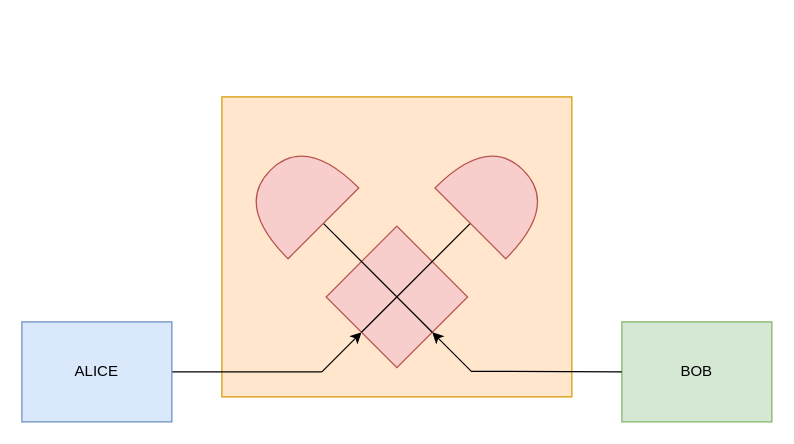
Before: coherent-light-based-mdi.drawio in javijnb/LPRO_diagrams, a draw.io diagram. Source tidied: cells renumbered, new cells numbered last; positions are measured from the earlier drawing's top-left corner, leaving out a move shared by most shapes. Both pictures are drawn from the tidied source at 125%, with x=0, y=0 at pixel (21, 96).
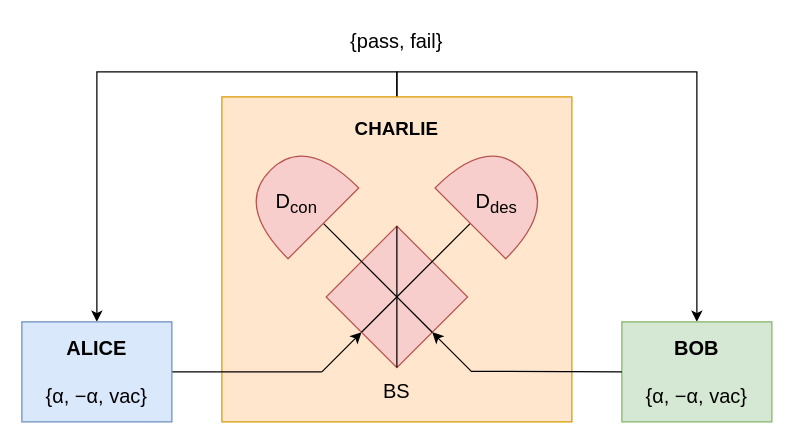
After the change.

Unchanged cells that the change refers to:
```xml
<mxCell id="4" style="whiteSpace=wrap;html=1;rotation=-45;fillColor=#f8cecc;strokeColor=#b85450;" parent="1" vertex="1">
  <mxGeometry x="260" y="120" width="80" height="80" as="geometry" />
</mxCell>
```

Change to the diagram source:
```diff
@@
+    <mxCell id="14" style="edgeStyle=orthogonalEdgeStyle;rounded=0;jettySize=auto;html=1;exitX=0.5;exitY=0;exitDx=0;exitDy=0;entryX=0.5;entryY=0;entryDx=0;entryDy=0;" parent="1" edge="1" source="2" target="6">
+      <mxGeometry relative="1" as="geometry" />
+    </mxCell>
+    <mxCell id="15" style="edgeStyle=orthogonalEdgeStyle;rounded=0;jettySize=auto;html=1;exitX=0.5;exitY=0;exitDx=0;exitDy=0;entryX=0.5;entryY=0;entryDx=0;entryDy=0;" parent="1" edge="1" source="2" target="7">
+      <mxGeometry relative="1" as="geometry" />
+    </mxCell>
     <mxCell id="2" style="rounded=0;whiteSpace=wrap;html=1;fillColor=#ffe6cc;strokeColor=#d79b00;" parent="1" vertex="1">
-      <mxGeometry x="160" width="280" height="240" as="geometry" />
+      <mxGeometry x="160" width="280" height="260" as="geometry" />
     </mxCell>
@@
-    <mxCell id="6" value="ALICE" style="rounded=0;whiteSpace=wrap;html=1;fillColor=#dae8fc;strokeColor=#6c8ebf;" parent="1" vertex="1">
+    <mxCell id="6" value="&lt;font style=&quot;font-size: 16px;&quot;&gt;&lt;b&gt;ALICE&lt;/b&gt;&lt;/font&gt;&lt;div style=&quot;font-size: 16px;&quot;&gt;&lt;font style=&quot;font-size: 16px;&quot;&gt;&lt;br&gt;&lt;/font&gt;&lt;/div&gt;&lt;div style=&quot;font-size: 16px;&quot;&gt;&lt;font style=&quot;font-size: 16px;&quot;&gt;{α, −α, vac}&lt;/font&gt;&lt;br&gt;&lt;/div&gt;" style="rounded=0;whiteSpace=wrap;html=1;fillColor=#dae8fc;strokeColor=#6c8ebf;" parent="1" vertex="1">
       <mxGeometry y="180" width="120" height="80" as="geometry" />
     </mxCell>
-    <mxCell id="7" value="BOB" style="rounded=0;whiteSpace=wrap;html=1;fillColor=#d5e8d4;strokeColor=#82b366;" parent="1" vertex="1">
+    <mxCell id="7" value="&lt;font style=&quot;font-size: 16px;&quot;&gt;&lt;b&gt;BOB&lt;/b&gt;&lt;/font&gt;&lt;div style=&quot;font-size: 16px;&quot;&gt;&lt;font style=&quot;font-size: 16px;&quot;&gt;&lt;br&gt;&lt;/font&gt;&lt;/div&gt;&lt;div style=&quot;font-size: 16px;&quot;&gt;&lt;font style=&quot;font-size: 16px;&quot;&gt;{α, −α, vac}&lt;/font&gt;&lt;br&gt;&lt;/div&gt;" style="rounded=0;whiteSpace=wrap;html=1;fillColor=#d5e8d4;strokeColor=#82b366;" parent="1" vertex="1">
       <mxGeometry x="480" y="180" width="120" height="80" as="geometry" />
     </mxCell>
@@
+    <mxCell id="16" value="&lt;b&gt;&lt;font style=&quot;font-size: 15px;&quot;&gt;CHARLIE&lt;/font&gt;&lt;/b&gt;" style="text;html=1;align=center;verticalAlign=middle;whiteSpace=wrap;rounded=0;" parent="1" vertex="1">
+      <mxGeometry x="270" y="10" width="60" height="30" as="geometry" />
+    </mxCell>
+    <mxCell id="17" value="&lt;font style=&quot;font-size: 16px;&quot;&gt;BS&lt;/font&gt;" style="text;html=1;align=center;verticalAlign=middle;whiteSpace=wrap;rounded=0;" parent="1" vertex="1">
+      <mxGeometry x="270" y="220" width="60" height="30" as="geometry" />
+    </mxCell>
+    <mxCell id="18" value="&lt;font style=&quot;font-size: 16px;&quot;&gt;D&lt;sub&gt;con&lt;/sub&gt;&lt;/font&gt;" style="text;html=1;align=center;verticalAlign=middle;whiteSpace=wrap;rounded=0;" parent="1" vertex="1">
+      <mxGeometry x="190" y="70" width="60" height="30" as="geometry" />
+    </mxCell>
+    <mxCell id="19" value="&lt;font style=&quot;font-size: 16px;&quot;&gt;D&lt;sub&gt;des&lt;/sub&gt;&lt;/font&gt;" style="text;html=1;align=center;verticalAlign=middle;whiteSpace=wrap;rounded=0;" parent="1" vertex="1">
+      <mxGeometry x="350" y="70" width="60" height="30" as="geometry" />
+    </mxCell>
+    <mxCell id="20" value="&lt;font style=&quot;font-size: 16px;&quot;&gt;{pass, fail}&lt;/font&gt;" style="text;html=1;align=center;verticalAlign=middle;whiteSpace=wrap;rounded=0;" parent="1" vertex="1">
+      <mxGeometry x="250" y="-60" width="100" height="30" as="geometry" />
+    </mxCell>
+    <mxCell id="21" style="rounded=0;orthogonalLoop=1;jettySize=auto;html=1;exitX=1;exitY=0;exitDx=0;exitDy=0;entryX=0;entryY=1;entryDx=0;entryDy=0;endArrow=none;endFill=0;" parent="1" edge="1" source="4" target="4">
+      <mxGeometry relative="1" as="geometry" />
+    </mxCell>
```
